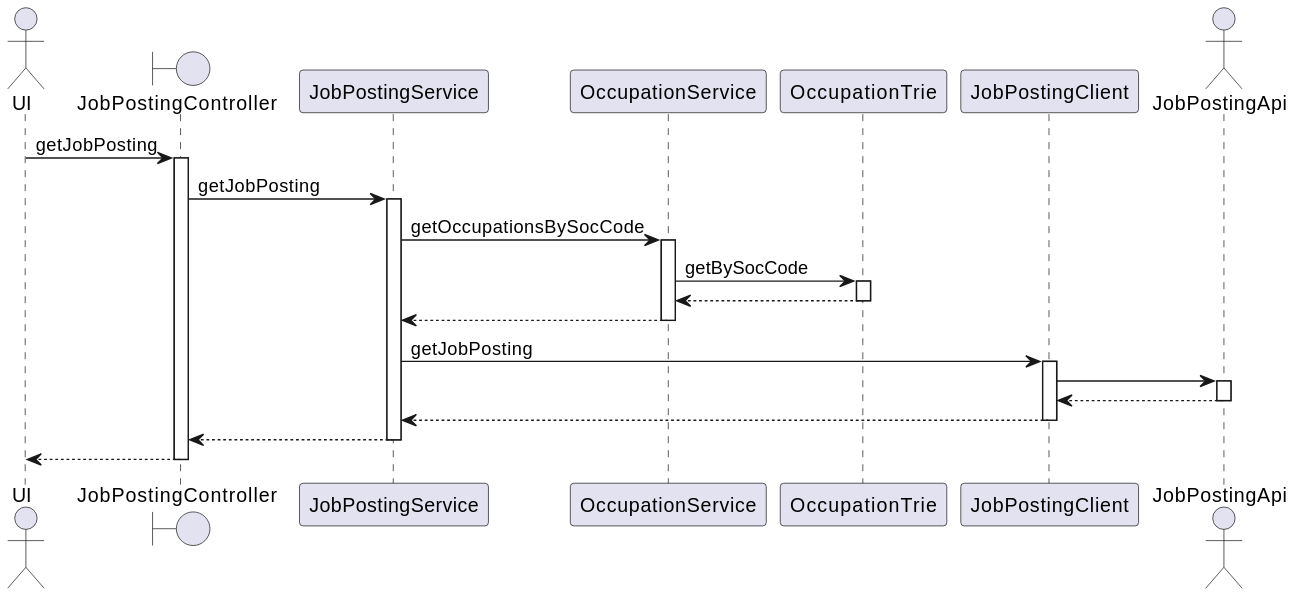
The PlantUML diagram diagrams/JobPostingController-getJobPosting-sequence.svg in stavik31/Citizen-Centric-Human-Resource-Mangement-System, before a commit.
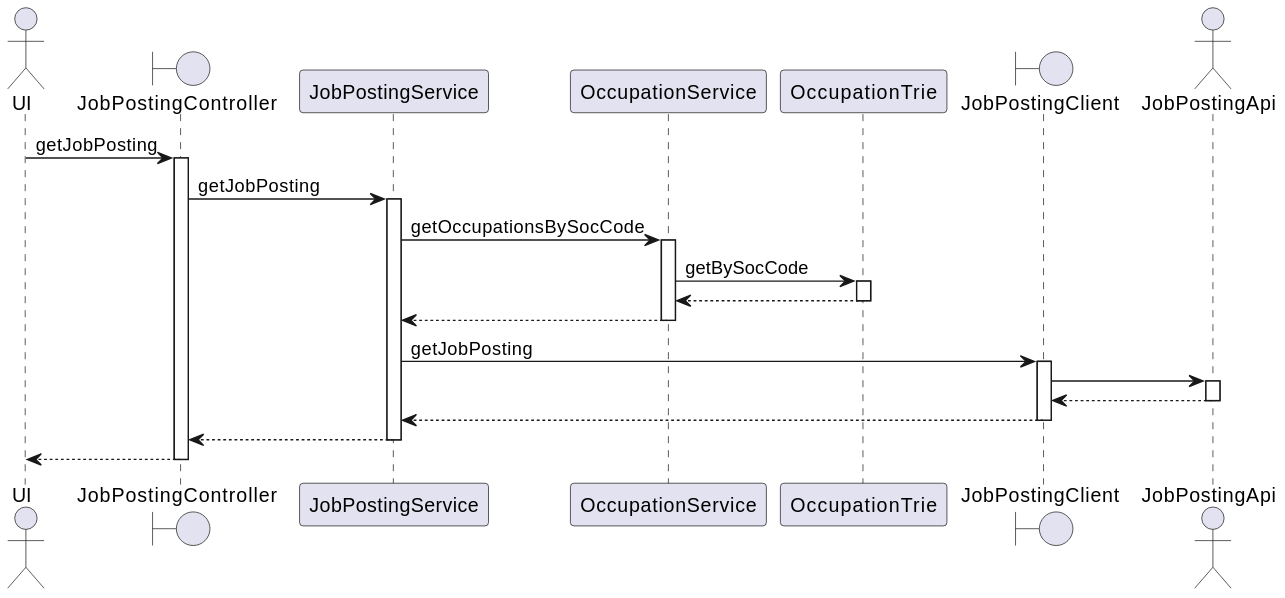
The same file after the commit.

Diff of the diagram source:
```diff
@@ -6,7 +6,7 @@
 participant JobPostingService
 participant OccupationService
 participant OccupationTrie
-participant JobPostingClient
+boundary JobPostingClient
 actor JobPostingApi
 
 UI -> JobPostingController : getJobPosting
```
